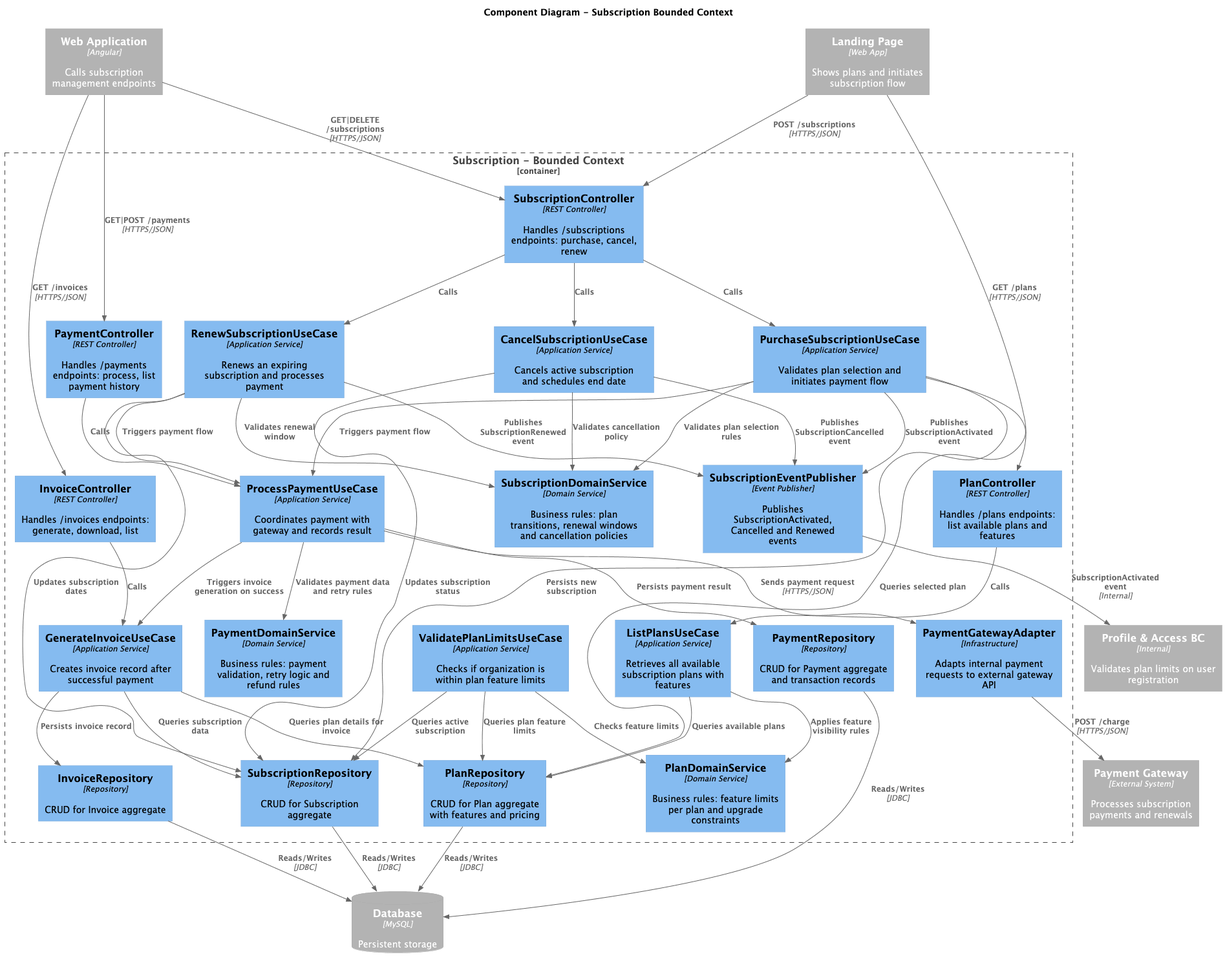
Before: docs/Arquitecture/img/ComponentDiagramSubscription.png, a diagram exported from PlantUML (upc-pre-202610-1asi0729-11881-greenspot/kampo-report). Source of this version:
```plantuml
@startuml
!include https://raw.githubusercontent.com/plantuml-stdlib/C4-PlantUML/master/C4_Component.puml

LAYOUT_TOP_DOWN()
HIDE_STEREOTYPE()

title Component Diagram - Subscription Bounded Context

Container_Ext(spa, "Web Application", "Angular", "Calls subscription management endpoints")
Container_Ext(landingPage, "Landing Page", "Web App", "Shows plans and initiates subscription flow")
Container_Ext(profileBC, "Profile & Access BC", "Internal", "Validates plan limits on user registration")
Container_Ext(paymentGateway, "Payment Gateway", "External System", "Processes subscription payments and renewals")
ContainerDb_Ext(db, "Database", "MySQL", "Persistent storage")

Container_Boundary(subscriptionBC, "Subscription - Bounded Context") {

    Component(planController,         "PlanController",              "REST Controller",     "Handles /plans endpoints: list available plans and features")
    Component(subscriptionController, "SubscriptionController",      "REST Controller",     "Handles /subscriptions endpoints: purchase, cancel, renew")
    Component(paymentController,      "PaymentController",           "REST Controller",     "Handles /payments endpoints: process, list payment history")
    Component(invoiceController,      "InvoiceController",           "REST Controller",     "Handles /invoices endpoints: generate, download, list")

    Component(listPlansUC,            "ListPlansUseCase",            "Application Service", "Retrieves all available subscription plans with features")
    Component(purchaseSubscriptionUC, "PurchaseSubscriptionUseCase", "Application Service", "Validates plan selection and initiates payment flow")
    Component(cancelSubscriptionUC,   "CancelSubscriptionUseCase",   "Application Service", "Cancels active subscription and schedules end date")
    Component(renewSubscriptionUC,    "RenewSubscriptionUseCase",    "Application Service", "Renews an expiring subscription and processes payment")
    Component(processPaymentUC,       "ProcessPaymentUseCase",       "Application Service", "Coordinates payment with gateway and records result")
    Component(generateInvoiceUC,      "GenerateInvoiceUseCase",      "Application Service", "Creates invoice record after successful payment")
    Component(validatePlanLimitsUC,   "ValidatePlanLimitsUseCase",   "Application Service", "Checks if organization is within plan feature limits")

    Component(subscriptionDomainSvc,  "SubscriptionDomainService",   "Domain Service",      "Business rules: plan transitions, renewal windows and cancellation policies")
    Component(paymentDomainSvc,       "PaymentDomainService",        "Domain Service",      "Business rules: payment validation, retry logic and refund rules")
    Component(planDomainSvc,          "PlanDomainService",           "Domain Service",      "Business rules: feature limits per plan and upgrade constraints")

    Component(planRepo,               "PlanRepository",              "Repository",          "CRUD for Plan aggregate with features and pricing")
    Component(subscriptionRepo,       "SubscriptionRepository",      "Repository",          "CRUD for Subscription aggregate")
    Component(paymentRepo,            "PaymentRepository",           "Repository",          "CRUD for Payment aggregate and transaction records")
    Component(invoiceRepo,            "InvoiceRepository",           "Repository",          "CRUD for Invoice aggregate")

    Component(paymentGatewayAdapter,  "PaymentGatewayAdapter",       "Infrastructure",      "Adapts internal payment requests to external gateway API")
    Component(subscriptionEventPub,   "SubscriptionEventPublisher",  "Event Publisher",     "Publishes SubscriptionActivated, Cancelled and Renewed events")
}

Rel(landingPage, planController,         "GET /plans",                    "HTTPS/JSON")
Rel(landingPage, subscriptionController, "POST /subscriptions",           "HTTPS/JSON")
Rel(spa,         subscriptionController, "GET|DELETE /subscriptions",     "HTTPS/JSON")
Rel(spa,         paymentController,      "GET|POST /payments",            "HTTPS/JSON")
Rel(spa,         invoiceController,      "GET /invoices",                 "HTTPS/JSON")

Rel(planController,         listPlansUC,            "Calls")
Rel(subscriptionController, purchaseSubscriptionUC, "Calls")
Rel(subscriptionController, cancelSubscriptionUC,   "Calls")
Rel(subscriptionController, renewSubscriptionUC,    "Calls")
Rel(paymentController,      processPaymentUC,       "Calls")
Rel(invoiceController,      generateInvoiceUC,      "Calls")

Rel(listPlansUC,            planDomainSvc,           "Applies feature visibility rules")
Rel(listPlansUC,            planRepo,                "Queries available plans")

Rel(purchaseSubscriptionUC, subscriptionDomainSvc,   "Validates plan selection rules")
Rel(purchaseSubscriptionUC, planRepo,                "Queries selected plan")
Rel(purchaseSubscriptionUC, subscriptionRepo,        "Persists new subscription")
Rel(purchaseSubscriptionUC, processPaymentUC,        "Triggers payment flow")
Rel(purchaseSubscriptionUC, subscriptionEventPub,    "Publishes SubscriptionActivated event")

Rel(cancelSubscriptionUC,   subscriptionDomainSvc,   "Validates cancellation policy")
Rel(cancelSubscriptionUC,   subscriptionRepo,        "Updates subscription status")
Rel(cancelSubscriptionUC,   subscriptionEventPub,    "Publishes SubscriptionCancelled event")

Rel(renewSubscriptionUC,    subscriptionDomainSvc,   "Validates renewal window")
Rel(renewSubscriptionUC,    subscriptionRepo,        "Updates subscription dates")
Rel(renewSubscriptionUC,    processPaymentUC,        "Triggers payment flow")
Rel(renewSubscriptionUC,    subscriptionEventPub,    "Publishes SubscriptionRenewed event")

Rel(processPaymentUC,       paymentDomainSvc,        "Validates payment data and retry rules")
Rel(processPaymentUC,       paymentGatewayAdapter,   "Sends payment request",               "HTTPS/JSON")
Rel(processPaymentUC,       paymentRepo,             "Persists payment result")
Rel(processPaymentUC,       generateInvoiceUC,       "Triggers invoice generation on success")

Rel(generateInvoiceUC,      planRepo,                "Queries plan details for invoice")
Rel(generateInvoiceUC,      subscriptionRepo,        "Queries subscription data")
Rel(generateInvoiceUC,      invoiceRepo,             "Persists invoice record")

Rel(validatePlanLimitsUC,   planDomainSvc,           "Checks feature limits")
Rel(validatePlanLimitsUC,   subscriptionRepo,        "Queries active subscription")
Rel(validatePlanLimitsUC,   planRepo,                "Queries plan feature limits")

Rel(paymentGatewayAdapter,  paymentGateway,          "POST /charge",                        "HTTPS/JSON")

Rel(planRepo,         db, "Reads/Writes", "JDBC")
Rel(subscriptionRepo, db, "Reads/Writes", "JDBC")
Rel(paymentRepo,      db, "Reads/Writes", "JDBC")
Rel(invoiceRepo,      db, "Reads/Writes", "JDBC")

Rel(subscriptionEventPub, profileBC, "SubscriptionActivated event", "Internal")

@enduml
```
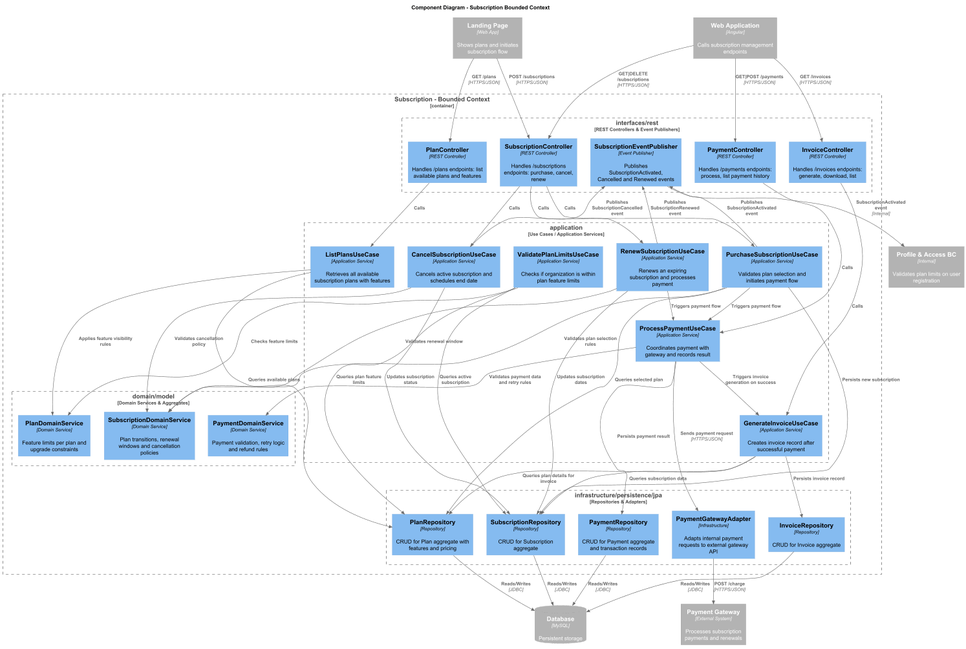
After the change.

What changed in the source:
```diff
@@ -14,37 +14,44 @@
 
 Container_Boundary(subscriptionBC, "Subscription - Bounded Context") {
 
-    Component(planController,         "PlanController",              "REST Controller",     "Handles /plans endpoints: list available plans and features")
-    Component(subscriptionController, "SubscriptionController",      "REST Controller",     "Handles /subscriptions endpoints: purchase, cancel, renew")
-    Component(paymentController,      "PaymentController",           "REST Controller",     "Handles /payments endpoints: process, list payment history")
-    Component(invoiceController,      "InvoiceController",           "REST Controller",     "Handles /invoices endpoints: generate, download, list")
+    Boundary(interfaces, "interfaces/rest", "REST Controllers & Event Publishers") {
+        Component(planController,         "PlanController",             "REST Controller", "Handles /plans endpoints: list available plans and features")
+        Component(subscriptionController, "SubscriptionController",     "REST Controller", "Handles /subscriptions endpoints: purchase, cancel, renew")
+        Component(paymentController,      "PaymentController",          "REST Controller", "Handles /payments endpoints: process, list payment history")
+        Component(invoiceController,      "InvoiceController",          "REST Controller", "Handles /invoices endpoints: generate, download, list")
+        Component(subscriptionEventPub,   "SubscriptionEventPublisher", "Event Publisher", "Publishes SubscriptionActivated, Cancelled and Renewed events")
+    }
 
-    Component(listPlansUC,            "ListPlansUseCase",            "Application Service", "Retrieves all available subscription plans with features")
-    Component(purchaseSubscriptionUC, "PurchaseSubscriptionUseCase", "Application Service", "Validates plan selection and initiates payment flow")
-    Component(cancelSubscriptionUC,   "CancelSubscriptionUseCase",   "Application Service", "Cancels active subscription and schedules end date")
-    Component(renewSubscriptionUC,    "RenewSubscriptionUseCase",    "Application Service", "Renews an expiring subscription and processes payment")
-    Component(processPaymentUC,       "ProcessPaymentUseCase",       "Application Service", "Coordinates payment with gateway and records result")
-    Component(generateInvoiceUC,      "GenerateInvoiceUseCase",      "Application Service", "Creates invoice record after successful payment")
-    Component(validatePlanLimitsUC,   "ValidatePlanLimitsUseCase",   "Application Service", "Checks if organization is within plan feature limits")
+    Boundary(application, "application", "Use Cases / Application Services") {
+        Component(listPlansUC,            "ListPlansUseCase",            "Application Service", "Retrieves all available subscription plans with features")
+        Component(purchaseSubscriptionUC, "PurchaseSubscriptionUseCase", "Application Service", "Validates plan selection and initiates payment flow")
+        Component(cancelSubscriptionUC,   "CancelSubscriptionUseCase",   "Application Service", "Cancels active subscription and schedules end date")
+        Component(renewSubscriptionUC,    "RenewSubscriptionUseCase",    "Application Service", "Renews an expiring subscription and processes payment")
+        Component(processPaymentUC,       "ProcessPaymentUseCase",       "Application Service", "Coordinates payment with gateway and records result")
+        Component(generateInvoiceUC,      "GenerateInvoiceUseCase",      "Application Service", "Creates invoice record after successful payment")
+        Component(validatePlanLimitsUC,   "ValidatePlanLimitsUseCase",   "Application Service", "Checks if organization is within plan feature limits")
+    }
 
-    Component(subscriptionDomainSvc,  "SubscriptionDomainService",   "Domain Service",      "Business rules: plan transitions, renewal windows and cancellation policies")
-    Component(paymentDomainSvc,       "PaymentDomainService",        "Domain Service",      "Business rules: payment validation, retry logic and refund rules")
-    Component(planDomainSvc,          "PlanDomainService",           "Domain Service",      "Business rules: feature limits per plan and upgrade constraints")
+    Boundary(domain, "domain/model", "Domain Services & Aggregates") {
+        Component(subscriptionDomainSvc, "SubscriptionDomainService", "Domain Service", "Plan transitions, renewal windows and cancellation policies")
+        Component(paymentDomainSvc,      "PaymentDomainService",      "Domain Service", "Payment validation, retry logic and refund rules")
+        Component(planDomainSvc,         "PlanDomainService",         "Domain Service", "Feature limits per plan and upgrade constraints")
+    }
 
-    Component(planRepo,               "PlanRepository",              "Repository",          "CRUD for Plan aggregate with features and pricing")
-    Component(subscriptionRepo,       "SubscriptionRepository",      "Repository",          "CRUD for Subscription aggregate")
-    Component(paymentRepo,            "PaymentRepository",           "Repository",          "CRUD for Payment aggregate and transaction records")
-    Component(invoiceRepo,            "InvoiceRepository",           "Repository",          "CRUD for Invoice aggregate")
-
-    Component(paymentGatewayAdapter,  "PaymentGatewayAdapter",       "Infrastructure",      "Adapts internal payment requests to external gateway API")
-    Component(subscriptionEventPub,   "SubscriptionEventPublisher",  "Event Publisher",     "Publishes SubscriptionActivated, Cancelled and Renewed events")
+    Boundary(infrastructure, "infrastructure/persistence/jpa", "Repositories & Adapters") {
+        Component(planRepo,              "PlanRepository",          "Repository",     "CRUD for Plan aggregate with features and pricing")
+        Component(subscriptionRepo,      "SubscriptionRepository",  "Repository",     "CRUD for Subscription aggregate")
+        Component(paymentRepo,           "PaymentRepository",       "Repository",     "CRUD for Payment aggregate and transaction records")
+        Component(invoiceRepo,           "InvoiceRepository",       "Repository",     "CRUD for Invoice aggregate")
+        Component(paymentGatewayAdapter, "PaymentGatewayAdapter",   "Infrastructure", "Adapts internal payment requests to external gateway API")
+    }
 }
 
-Rel(landingPage, planController,         "GET /plans",                    "HTTPS/JSON")
-Rel(landingPage, subscriptionController, "POST /subscriptions",           "HTTPS/JSON")
-Rel(spa,         subscriptionController, "GET|DELETE /subscriptions",     "HTTPS/JSON")
-Rel(spa,         paymentController,      "GET|POST /payments",            "HTTPS/JSON")
-Rel(spa,         invoiceController,      "GET /invoices",                 "HTTPS/JSON")
+Rel(landingPage, planController,         "GET /plans",                "HTTPS/JSON")
+Rel(landingPage, subscriptionController, "POST /subscriptions",       "HTTPS/JSON")
+Rel(spa,         subscriptionController, "GET|DELETE /subscriptions", "HTTPS/JSON")
+Rel(spa,         paymentController,      "GET|POST /payments",        "HTTPS/JSON")
+Rel(spa,         invoiceController,      "GET /invoices",             "HTTPS/JSON")
 
 Rel(planController,         listPlansUC,            "Calls")
 Rel(subscriptionController, purchaseSubscriptionUC, "Calls")
@@ -53,44 +60,41 @@
 Rel(paymentController,      processPaymentUC,       "Calls")
 Rel(invoiceController,      generateInvoiceUC,      "Calls")
 
-Rel(listPlansUC,            planDomainSvc,           "Applies feature visibility rules")
-Rel(listPlansUC,            planRepo,                "Queries available plans")
+Rel(listPlansUC,            planDomainSvc,          "Applies feature visibility rules")
+Rel(purchaseSubscriptionUC, subscriptionDomainSvc,  "Validates plan selection rules")
+Rel(cancelSubscriptionUC,   subscriptionDomainSvc,  "Validates cancellation policy")
+Rel(renewSubscriptionUC,    subscriptionDomainSvc,  "Validates renewal window")
+Rel(processPaymentUC,       paymentDomainSvc,       "Validates payment data and retry rules")
+Rel(validatePlanLimitsUC,   planDomainSvc,          "Checks feature limits")
 
-Rel(purchaseSubscriptionUC, subscriptionDomainSvc,   "Validates plan selection rules")
-Rel(purchaseSubscriptionUC, planRepo,                "Queries selected plan")
-Rel(purchaseSubscriptionUC, subscriptionRepo,        "Persists new subscription")
-Rel(purchaseSubscriptionUC, processPaymentUC,        "Triggers payment flow")
-Rel(purchaseSubscriptionUC, subscriptionEventPub,    "Publishes SubscriptionActivated event")
+Rel(listPlansUC,            planRepo,              "Queries available plans")
+Rel(purchaseSubscriptionUC, planRepo,              "Queries selected plan")
+Rel(purchaseSubscriptionUC, subscriptionRepo,      "Persists new subscription")
+Rel(cancelSubscriptionUC,   subscriptionRepo,      "Updates subscription status")
+Rel(renewSubscriptionUC,    subscriptionRepo,      "Updates subscription dates")
+Rel(processPaymentUC,       paymentRepo,           "Persists payment result")
+Rel(processPaymentUC,       paymentGatewayAdapter, "Sends payment request",  "HTTPS/JSON")
+Rel(generateInvoiceUC,      planRepo,              "Queries plan details for invoice")
+Rel(generateInvoiceUC,      subscriptionRepo,      "Queries subscription data")
+Rel(generateInvoiceUC,      invoiceRepo,           "Persists invoice record")
+Rel(validatePlanLimitsUC,   subscriptionRepo,      "Queries active subscription")
+Rel(validatePlanLimitsUC,   planRepo,              "Queries plan feature limits")
 
-Rel(cancelSubscriptionUC,   subscriptionDomainSvc,   "Validates cancellation policy")
-Rel(cancelSubscriptionUC,   subscriptionRepo,        "Updates subscription status")
-Rel(cancelSubscriptionUC,   subscriptionEventPub,    "Publishes SubscriptionCancelled event")
+Rel(purchaseSubscriptionUC, processPaymentUC,   "Triggers payment flow")
+Rel(renewSubscriptionUC,    processPaymentUC,   "Triggers payment flow")
+Rel(processPaymentUC,       generateInvoiceUC,  "Triggers invoice generation on success")
 
-Rel(renewSubscriptionUC,    subscriptionDomainSvc,   "Validates renewal window")
-Rel(renewSubscriptionUC,    subscriptionRepo,        "Updates subscription dates")
-Rel(renewSubscriptionUC,    processPaymentUC,        "Triggers payment flow")
-Rel(renewSubscriptionUC,    subscriptionEventPub,    "Publishes SubscriptionRenewed event")
+Rel(purchaseSubscriptionUC, subscriptionEventPub, "Publishes SubscriptionActivated event")
+Rel(cancelSubscriptionUC,   subscriptionEventPub, "Publishes SubscriptionCancelled event")
+Rel(renewSubscriptionUC,    subscriptionEventPub, "Publishes SubscriptionRenewed event")
 
-Rel(processPaymentUC,       paymentDomainSvc,        "Validates payment data and retry rules")
-Rel(processPaymentUC,       paymentGatewayAdapter,   "Sends payment request",               "HTTPS/JSON")
-Rel(processPaymentUC,       paymentRepo,             "Persists payment result")
-Rel(processPaymentUC,       generateInvoiceUC,       "Triggers invoice generation on success")
+Rel(paymentGatewayAdapter, paymentGateway, "POST /charge", "HTTPS/JSON")
 
-Rel(generateInvoiceUC,      planRepo,                "Queries plan details for invoice")
-Rel(generateInvoiceUC,      subscriptionRepo,        "Queries subscription data")
-Rel(generateInvoiceUC,      invoiceRepo,             "Persists invoice record")
-
-Rel(validatePlanLimitsUC,   planDomainSvc,           "Checks feature limits")
-Rel(validatePlanLimitsUC,   subscriptionRepo,        "Queries active subscription")
-Rel(validatePlanLimitsUC,   planRepo,                "Queries plan feature limits")
-
-Rel(paymentGatewayAdapter,  paymentGateway,          "POST /charge",                        "HTTPS/JSON")
+Rel(subscriptionEventPub, profileBC, "SubscriptionActivated event", "Internal")
 
 Rel(planRepo,         db, "Reads/Writes", "JDBC")
 Rel(subscriptionRepo, db, "Reads/Writes", "JDBC")
 Rel(paymentRepo,      db, "Reads/Writes", "JDBC")
 Rel(invoiceRepo,      db, "Reads/Writes", "JDBC")
 
-Rel(subscriptionEventPub, profileBC, "SubscriptionActivated event", "Internal")
-
 @enduml
```
